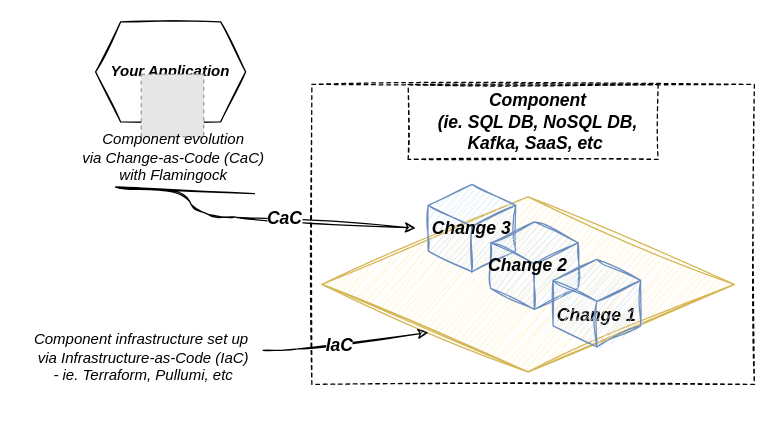
This is page "IaC vs CaC" (1 of 2) of static/Diagrams.drawio from flamingock/flamingock.github.io, a draw.io file, before an edit. Source tidied: cells renumbered, new cells numbered last; positions are measured from the earlier drawing's top-left corner, leaving out a move shared by most shapes. Both pictures are drawn from the tidied source at 125%, with x=0, y=0 at pixel (21, 21). Pictures stored in the file or linked from it are replaced by grey dashed boxes.
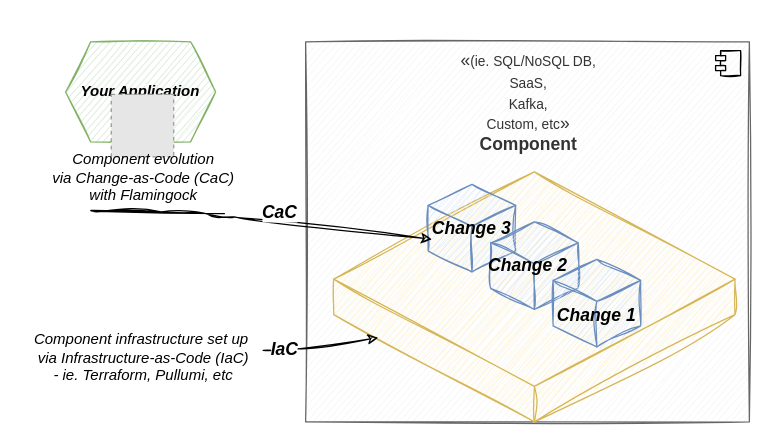
The same diagram, later.

Unchanged cells that the change refers to:
```xml
<mxCell id="6" value="&lt;span&gt;&lt;i&gt;&lt;br&gt;Component infrastructure set up&amp;nbsp;&lt;br&gt;via Infrastructure-as-Code (IaC) &lt;br&gt;- ie. Terraform, Pullumi, etc&lt;/i&gt;&lt;/span&gt;" style="text;html=1;align=center;verticalAlign=middle;points=[];strokeColor=none;fillColor=none;fontStyle=0;" parent="1" vertex="1">
  <mxGeometry y="226" width="193" height="70" as="geometry" />
</mxCell>
<mxCell id="17" value="&lt;b&gt;&lt;i&gt;Change 3&lt;/i&gt;&lt;/b&gt;" style="text;html=1;strokeColor=none;fillColor=none;align=center;verticalAlign=middle;whiteSpace=wrap;rounded=0;fontSize=14;fontColor=#000000;" parent="1" vertex="1">
  <mxGeometry x="315" y="150" width="90" height="30" as="geometry" />
</mxCell>
```

Diff of the diagram source:
```diff
@@
-    <mxCell id="2" style="rounded=0;whiteSpace=wrap;html=1;sketch=1;fillColor=none;dashed=1;" parent="1" vertex="1">
-      <mxGeometry x="232" y="50" width="354" height="240" as="geometry" />
-    </mxCell>
-    <mxCell id="3" style="rounded=0;whiteSpace=wrap;html=1;sketch=1;fillColor=none;dashed=1;" parent="1" vertex="1">
-      <mxGeometry x="309" y="50" width="200" height="60" as="geometry" />
-    </mxCell>
-    <mxCell id="4" style="html=1;shape=mxgraph.basic.isocube;isoAngle=93.5;sketch=1;curveFitting=1;jiggle=2;fillColor=#fff2cc;strokeColor=#d6b656;" parent="1" vertex="1">
-      <mxGeometry x="240" y="140" width="330" height="140" as="geometry" />
-    </mxCell>
+    <mxCell id="20" value="«&lt;span style=&quot;border-color: var(--border-color);&quot;&gt;&lt;span style=&quot;border-color: var(--border-color);&quot;&gt;&lt;font style=&quot;font-size: 11px;&quot;&gt;(ie. SQL/NoSQL DB,&lt;br&gt;SaaS, &lt;br&gt;Kafka,&lt;br&gt;Custom, etc&lt;/font&gt;&lt;/span&gt;&lt;/span&gt;»&lt;br&gt;&lt;b&gt;Component&lt;/b&gt;" style="html=1;sketch=1;fontSize=14;fontColor=#333333;fillColor=#f5f5f5;verticalAlign=top;strokeColor=#666666;" parent="1" vertex="1">
+      <mxGeometry x="227" y="16" width="355" height="304" as="geometry" />
+    </mxCell>
+    <mxCell id="21" style="shape=module;jettyWidth=8;jettyHeight=4;sketch=1;fontSize=14;fontColor=#000000;fillColor=none;" parent="20" vertex="1">
+      <mxGeometry x="1" width="20" height="20" relative="1" as="geometry">
+        <mxPoint x="-27" y="7" as="offset" />
+      </mxGeometry>
+    </mxCell>
+    <mxCell id="22" style="html=1;whiteSpace=wrap;shape=isoCube2;backgroundOutline=1;isoAngle=16.625;sketch=1;fontSize=12;fontColor=default;fillColor=#fff2cc;strokeColor=#d6b656;curveFitting=1;jiggle=2;" parent="1" vertex="1">
+      <mxGeometry x="249.5" y="120" width="321" height="200" as="geometry" />
+    </mxCell>
@@
-    <mxCell id="7" value="&lt;b&gt;&lt;i&gt;Your Application&lt;/i&gt;&lt;/b&gt;" style="shape=hexagon;perimeter=hexagonPerimeter2;whiteSpace=wrap;html=1;fixedSize=1;sketch=1;" parent="1" vertex="1">
-      <mxGeometry x="59" width="120" height="80" as="geometry" />
+    <mxCell id="7" value="&lt;b&gt;&lt;i&gt;Your Application&lt;/i&gt;&lt;/b&gt;" style="shape=hexagon;perimeter=hexagonPerimeter2;whiteSpace=wrap;html=1;fixedSize=1;sketch=1;fillColor=#d5e8d4;strokeColor=#82b366;" parent="1" vertex="1">
+      <mxGeometry x="35" y="16" width="120" height="80" as="geometry" />
     </mxCell>
-    <mxCell id="8" style="endArrow=classic;html=1;curved=1;sketch=1;curveFitting=1;jiggle=2;entryX=0;entryY=0.5;entryDx=0;entryDy=0;exitX=0.902;exitY=1.021;exitDx=0;exitDy=0;exitPerimeter=0;" parent="1" edge="1" source="12" target="17">
+    <mxCell id="8" style="endArrow=classic;html=1;curved=1;sketch=1;curveFitting=1;jiggle=2;exitX=0.902;exitY=1.021;exitDx=0;exitDy=0;exitPerimeter=0;" parent="1" edge="1" source="12">
       <mxGeometry relative="1" as="geometry">
+        <mxPoint x="328" y="174" as="targetPoint" />
         <Array as="points">
-          <mxPoint x="42" y="132" />
-          <mxPoint x="131" y="136" />
+          <mxPoint x="35" y="152" />
+          <mxPoint x="85" y="152" />
           <mxPoint x="138" y="152" />
           <mxPoint x="160" y="156" />
           <mxPoint x="180" y="156" />
         </Array>
       </mxGeometry>
     </mxCell>
     <mxCell id="9" value="&lt;b&gt;&lt;i&gt;CaC&lt;/i&gt;&lt;/b&gt;" style="edgeLabel;html=1;align=center;verticalAlign=middle;fontSize=14;fontColor=#000000;" parent="8" vertex="1">
       <mxGeometry x="0.53" y="-1" relative="1" as="geometry">
-        <mxPoint x="-5" y="-3" as="offset" />
+        <mxPoint x="-24" y="-11" as="offset" />
       </mxGeometry>
     </mxCell>
-    <mxCell id="10" value="&lt;b style=&quot;font-size: 14px;&quot;&gt;&lt;i style=&quot;font-size: 14px;&quot;&gt;Component&lt;br&gt;(ie. SQL DB, NoSQL DB, Kafka, SaaS, etc&amp;nbsp;&lt;br&gt;&lt;/i&gt;&lt;/b&gt;" style="text;html=1;strokeColor=none;fillColor=none;align=center;verticalAlign=middle;whiteSpace=wrap;rounded=0;fontSize=14;fontColor=#000000;" parent="1" vertex="1">
-      <mxGeometry x="328" y="65" width="170" height="30" as="geometry" />
-    </mxCell>
     <mxCell id="11" style="fillColor=#E6E6E6;strokeColor=#999999;dashed=1;verticalLabelPosition=bottom;labelBackgroundColor=default;verticalAlign=top;" parent="1" vertex="1">
-      <mxGeometry x="95.5" y="42" width="50" height="50" as="geometry" />
+      <mxGeometry x="71.5" y="58" width="50" height="50" as="geometry" />
     </mxCell>
     <mxCell id="12" value="&lt;span&gt;&lt;i&gt;&lt;br&gt;Component evolution&lt;br&gt;via Change-as-Code (CaC) &lt;br&gt;with Flamingock&lt;br&gt;&lt;/i&gt;&lt;/span&gt;" style="text;html=1;align=center;verticalAlign=middle;points=[];strokeColor=none;fillColor=none;fontStyle=0;" parent="1" vertex="1">
-      <mxGeometry x="39" y="66" width="163" height="70" as="geometry" />
+      <mxGeometry x="15" y="82" width="163" height="70" as="geometry" />
     </mxCell>
-    <mxCell id="13" value="&lt;b&gt;&lt;i&gt;Change 1&lt;/i&gt;&lt;/b&gt;" style="text;html=1;strokeColor=none;fillColor=none;align=center;verticalAlign=middle;whiteSpace=wrap;rounded=0;fontSize=14;fontColor=#000000;" parent="1" vertex="1">
-      <mxGeometry x="415" y="220" width="90" height="30" as="geometry" />
-    </mxCell>
@@
-    <mxCell id="18" style="curved=1;endArrow=classic;html=1;sketch=1;fontSize=14;fontColor=#000000;entryX=0.258;entryY=0.775;entryDx=0;entryDy=0;entryPerimeter=0;" parent="1" edge="1" source="6" target="4">
+    <mxCell id="18" style="curved=1;endArrow=classic;html=1;sketch=1;fontSize=14;fontColor=#000000;entryX=0.111;entryY=0.663;entryDx=0;entryDy=0;entryPerimeter=0;" parent="1" edge="1" source="6" target="22">
       <mxGeometry relative="1" as="geometry">
         <Array as="points">
           <mxPoint x="203" y="263" />
           <mxPoint x="240" y="260" />
         </Array>
       </mxGeometry>
     </mxCell>
     <mxCell id="19" value="&lt;b&gt;&lt;i&gt;IaC&lt;/i&gt;&lt;/b&gt;" style="edgeLabel;html=1;align=center;verticalAlign=middle;fontSize=14;fontColor=#000000;" parent="18" vertex="1">
-      <mxGeometry x="-0.08" relative="1" as="geometry" />
+      <mxGeometry x="-0.08" relative="1" as="geometry">
+        <mxPoint x="-26" y="1" as="offset" />
+      </mxGeometry>
     </mxCell>
+    <mxCell id="13" value="&lt;b&gt;&lt;i&gt;Change 1&lt;/i&gt;&lt;/b&gt;" style="text;html=1;strokeColor=none;fillColor=none;align=center;verticalAlign=middle;whiteSpace=wrap;rounded=0;fontSize=14;fontColor=#000000;" parent="1" vertex="1">
+      <mxGeometry x="415" y="220" width="90" height="30" as="geometry" />
+    </mxCell>
```
